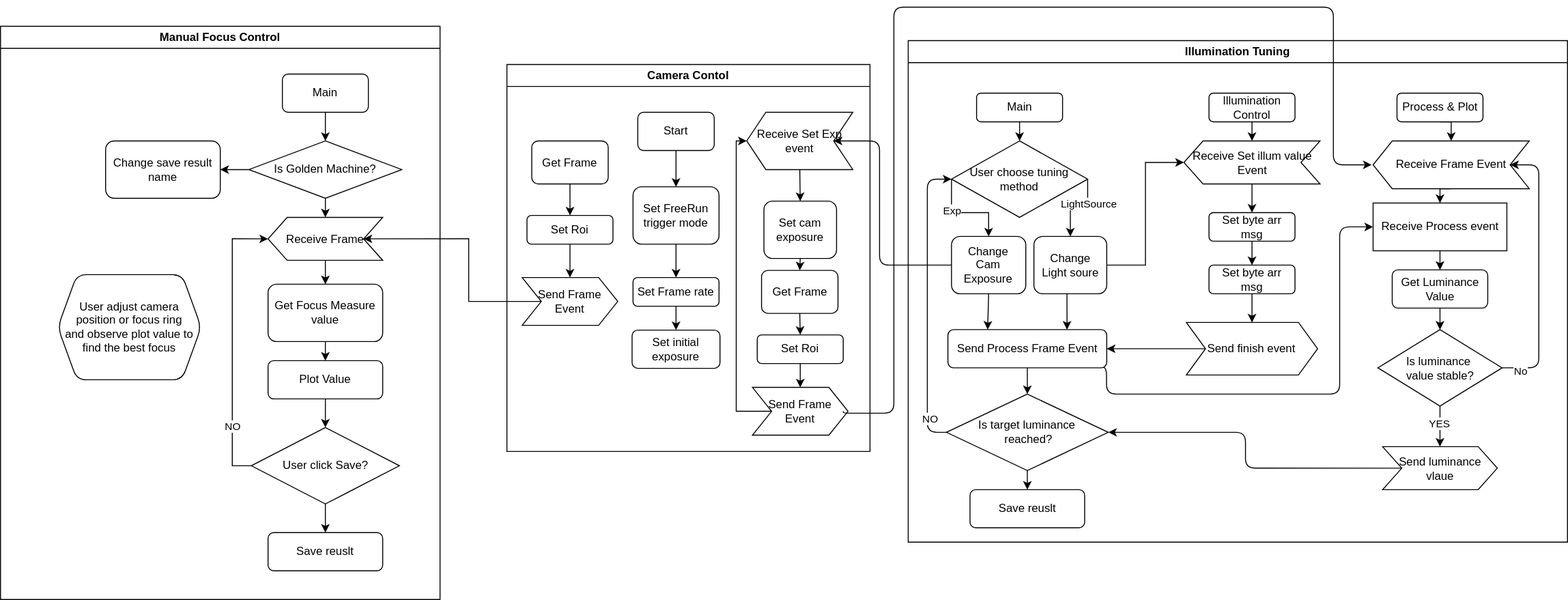
The draw.io diagram VSAM1.drawio.svg in TONiiV/flowcharts, before a commit. Source tidied: cells renumbered, new cells last; positions are measured from the earlier drawing's top-left corner, leaving out a move shared by most shapes.
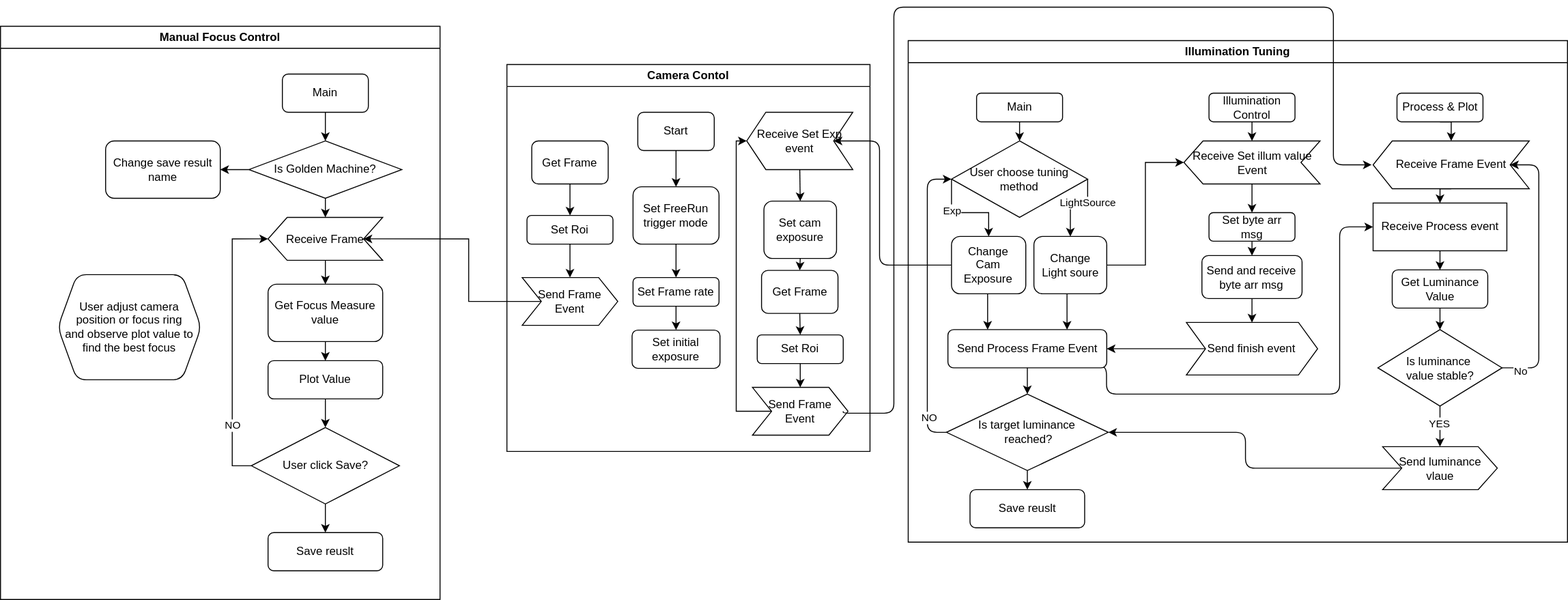
The same file after the commit.

The edit, as a diff of the source:
```diff
@@ -32,8 +32,8 @@
     <mxCell id="11" style="edgeStyle=orthogonalEdgeStyle;rounded=0;jettySize=auto;html=1;exitX=0.5;exitY=1;exitDx=0;exitDy=0;entryX=0.5;entryY=0;entryDx=0;entryDy=0;" parent="2" edge="1" source="12" target="16">
       <mxGeometry relative="1" as="geometry" />
     </mxCell>
-    <mxCell id="12" value="Set byte arr msg" style="rounded=1;whiteSpace=wrap;html=1;" parent="2" vertex="1">
-      <mxGeometry x="314.8" y="235" width="90" height="30" as="geometry" />
+    <mxCell id="12" value="Send and receive byte arr msg" style="rounded=1;whiteSpace=wrap;html=1;" parent="2" vertex="1">
+      <mxGeometry x="307.4" y="225" width="104.8" height="45" as="geometry" />
     </mxCell>
     <mxCell id="13" style="edgeStyle=orthogonalEdgeStyle;rounded=0;jettySize=auto;html=1;exitX=0.5;exitY=1;exitDx=0;exitDy=0;entryX=0.5;entryY=0;entryDx=0;entryDy=0;" parent="2" edge="1" source="14" target="10">
       <mxGeometry relative="1" as="geometry" />
```
